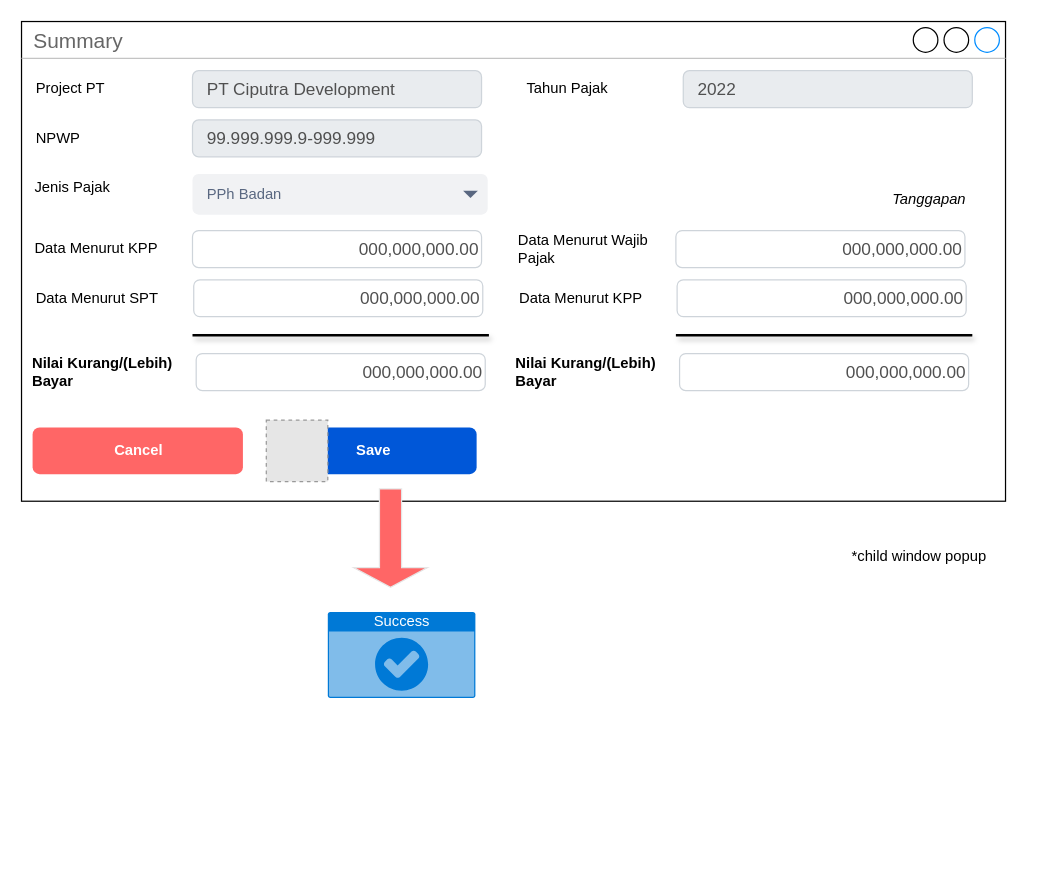
Above: page "1.2 Summary SP2DK_Tanggapan" (6 of 22) of TAMS.drawio in prasetyodavid/TAMS (draw.io), before the change. Source tidied: cells renumbered, new cells numbered last; positions are measured from the earlier drawing's top-left corner, leaving out a move shared by most shapes. Both pictures are drawn from the tidied source at 123%, with x=0, y=0 at pixel (21, 21). Pictures stored in the file or linked from it are replaced by grey dashed boxes.
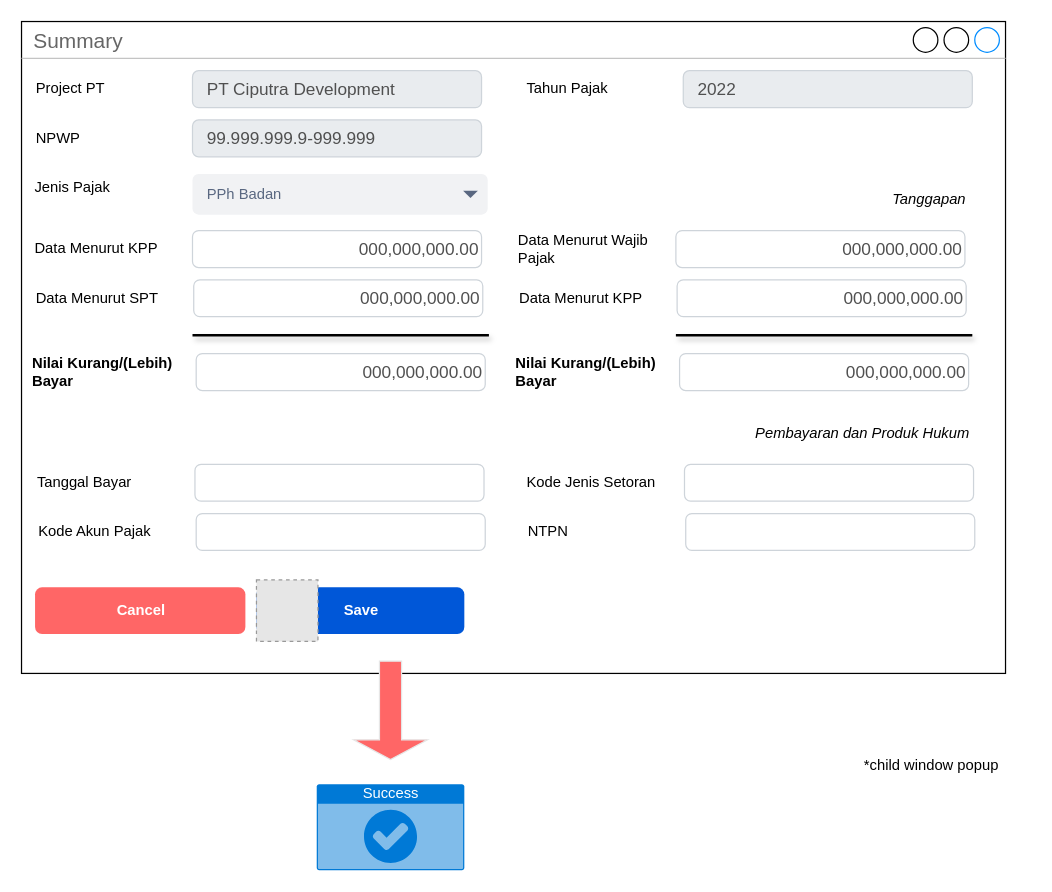
The same diagram, later.

The edit, as a diff of the source:
```diff
@@
     <mxCell id="2" value="Summary" style="strokeWidth=1;shadow=0;dashed=0;align=center;html=1;shape=mxgraph.mockup.containers.window;align=left;verticalAlign=top;spacingLeft=8;strokeColor2=#008cff;strokeColor3=#c4c4c4;fontColor=#666666;mainText=;fontSize=17;labelBackgroundColor=none;" parent="1" vertex="1">
-      <mxGeometry width="800" height="390" as="geometry" />
+      <mxGeometry width="800" height="530" as="geometry" />
     </mxCell>
@@
-    <mxCell id="11" value="Save" style="rounded=1;fillColor=#0057D8;align=center;strokeColor=none;html=1;fontColor=#ffffff;fontSize=12;sketch=0;fontStyle=1;" parent="1" vertex="1">
-      <mxGeometry x="201" y="330" width="169" height="38" as="geometry" />
-    </mxCell>
-    <mxCell id="12" style="fillColor=#E6E6E6;strokeColor=#999999;dashed=1;html=1;verticalAlign=top;verticalLabelPosition=bottom;labelBackgroundColor=#ffffff;fontColor=default;" parent="1" vertex="1">
-      <mxGeometry x="199" y="324" width="50" height="50" as="geometry" />
-    </mxCell>
     <mxCell id="13" value="Cancel" style="rounded=1;fillColor=#FF6666;align=center;strokeColor=none;html=1;fontColor=#ffffff;fontSize=12;sketch=0;fontStyle=1;" parent="1" vertex="1">
-      <mxGeometry x="9" y="330" width="171" height="38" as="geometry" />
+      <mxGeometry x="11" y="460" width="171" height="38" as="geometry" />
     </mxCell>
     <mxCell id="14" value="Success" style="html=1;strokeColor=none;fillColor=#0079D6;labelPosition=center;verticalLabelPosition=middle;verticalAlign=top;align=center;fontSize=12;spacingTop=-6;fontColor=#FFFFFF;sketch=0;shape=mxgraph.sitemap.success;" parent="1" vertex="1">
-      <mxGeometry x="249" y="480" width="120" height="70" as="geometry" />
+      <mxGeometry x="240" y="620" width="120" height="70" as="geometry" />
     </mxCell>
     <mxCell id="15" style="shape=singleArrow;direction=west;whiteSpace=wrap;html=1;fontColor=default;strokeColor=#E6E6E6;strokeWidth=1;fillColor=#FF6666;rotation=-90;" parent="1" vertex="1">
-      <mxGeometry x="260" y="390" width="80" height="60" as="geometry" />
+      <mxGeometry x="260" y="530" width="80" height="60" as="geometry" />
     </mxCell>
     <mxCell id="16" value="*child window popup" style="text;html=1;strokeColor=none;fillColor=none;align=center;verticalAlign=middle;whiteSpace=wrap;rounded=0;fontColor=default;" parent="1" vertex="1">
-      <mxGeometry x="650" y="420" width="160" height="30" as="geometry" />
+      <mxGeometry x="660" y="590" width="160" height="30" as="geometry" />
     </mxCell>
@@
+    <mxCell id="33" value="Pembayaran dan Produk Hukum" style="text;html=1;strokeColor=none;fillColor=none;align=right;verticalAlign=middle;whiteSpace=wrap;rounded=0;fontColor=default;fontStyle=2;" parent="1" vertex="1">
+      <mxGeometry x="400" y="320" width="373" height="30" as="geometry" />
+    </mxCell>
+    <mxCell id="34" value="Kode Jenis Setoran" style="text;html=1;strokeColor=none;fillColor=none;align=left;verticalAlign=middle;whiteSpace=wrap;rounded=0;fontColor=default;" parent="1" vertex="1">
+      <mxGeometry x="409" y="360" width="130" height="30" as="geometry" />
+    </mxCell>
+    <mxCell id="35" style="html=1;shadow=0;dashed=0;shape=mxgraph.bootstrap.rrect;rSize=5;strokeColor=#CED4DA;strokeWidth=1;fillColor=none;fontColor=#505050;whiteSpace=wrap;align=right;verticalAlign=middle;spacingLeft=10;fontSize=14;" parent="1" vertex="1">
+      <mxGeometry x="539" y="360" width="235" height="30" as="geometry" />
+    </mxCell>
+    <mxCell id="36" value="NTPN" style="text;html=1;strokeColor=none;fillColor=none;align=left;verticalAlign=middle;whiteSpace=wrap;rounded=0;fontColor=default;" parent="1" vertex="1">
+      <mxGeometry x="410" y="400" width="130" height="30" as="geometry" />
+    </mxCell>
+    <mxCell id="37" style="html=1;shadow=0;dashed=0;shape=mxgraph.bootstrap.rrect;rSize=5;strokeColor=#CED4DA;strokeWidth=1;fillColor=none;fontColor=#505050;whiteSpace=wrap;align=right;verticalAlign=middle;spacingLeft=10;fontSize=14;" parent="1" vertex="1">
+      <mxGeometry x="540" y="400" width="235" height="30" as="geometry" />
+    </mxCell>
+    <mxCell id="38" value="Tanggal Bayar" style="text;html=1;strokeColor=none;fillColor=none;align=left;verticalAlign=middle;whiteSpace=wrap;rounded=0;fontColor=default;" parent="1" vertex="1">
+      <mxGeometry x="11" y="360" width="130" height="30" as="geometry" />
+    </mxCell>
+    <mxCell id="39" style="html=1;shadow=0;dashed=0;shape=mxgraph.bootstrap.rrect;rSize=5;strokeColor=#CED4DA;strokeWidth=1;fillColor=none;fontColor=#505050;whiteSpace=wrap;align=right;verticalAlign=middle;spacingLeft=10;fontSize=14;" parent="1" vertex="1">
+      <mxGeometry x="141" y="360" width="235" height="30" as="geometry" />
+    </mxCell>
+    <mxCell id="40" value="Kode Akun Pajak" style="text;html=1;strokeColor=none;fillColor=none;align=left;verticalAlign=middle;whiteSpace=wrap;rounded=0;fontColor=default;" parent="1" vertex="1">
+      <mxGeometry x="12" y="400" width="130" height="30" as="geometry" />
+    </mxCell>
+    <mxCell id="41" style="html=1;shadow=0;dashed=0;shape=mxgraph.bootstrap.rrect;rSize=5;strokeColor=#CED4DA;strokeWidth=1;fillColor=none;fontColor=#505050;whiteSpace=wrap;align=right;verticalAlign=middle;spacingLeft=10;fontSize=14;" parent="1" vertex="1">
+      <mxGeometry x="142" y="400" width="235" height="30" as="geometry" />
+    </mxCell>
+    <mxCell id="42" style="group;" parent="1" vertex="1">
+      <mxGeometry x="191" y="454" width="169" height="50" as="geometry" />
+    </mxCell>
+    <mxCell id="11" value="Save" style="rounded=1;fillColor=#0057D8;align=center;strokeColor=none;html=1;fontColor=#ffffff;fontSize=12;sketch=0;fontStyle=1;" parent="42" vertex="1">
+      <mxGeometry y="6" width="169" height="38" as="geometry" />
+    </mxCell>
+    <mxCell id="12" style="fillColor=#E6E6E6;strokeColor=#999999;dashed=1;html=1;verticalAlign=top;verticalLabelPosition=bottom;labelBackgroundColor=#ffffff;fontColor=default;" parent="42" vertex="1">
+      <mxGeometry width="50" height="50" as="geometry" />
+    </mxCell>
```
